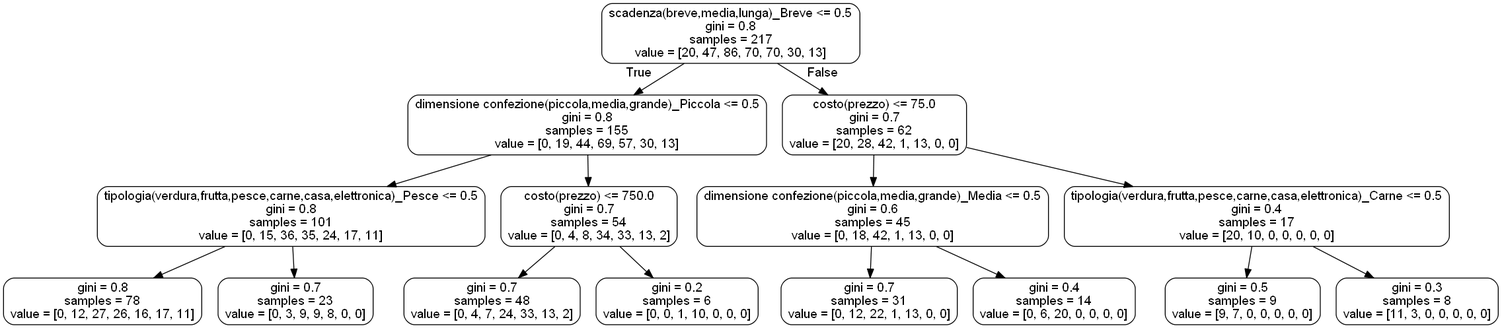
Before: modulo/small_tree.png, a diagram exported from Graphviz (Ciro-Fusco/NewDM). Its source is kept beside it as modulo/small_tree.dot.
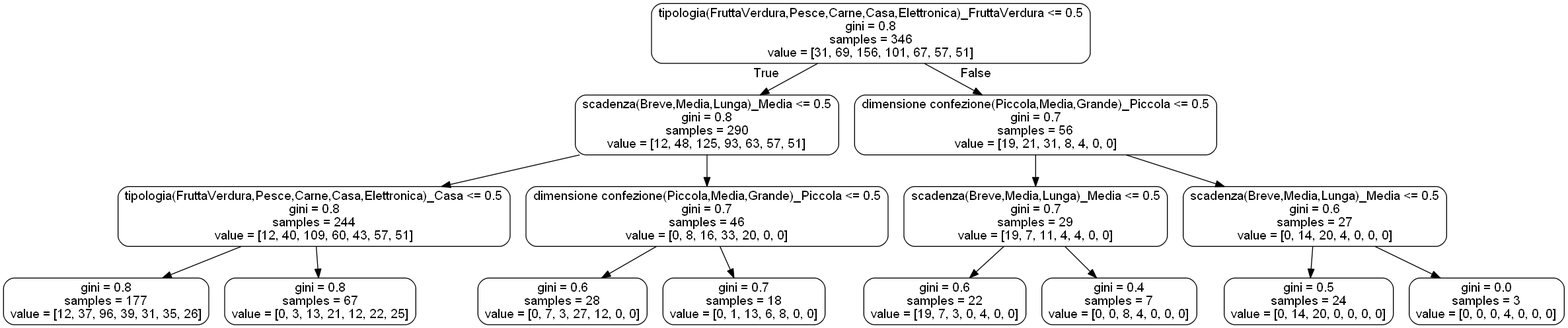
After the commit.

Commit message:
Update dataset con tipologia FruttaVerdura e Casa, Aggiornamento intestazione dataset e relativi metodi, scrittura primo codice del porter

Change to the diagram source:
```diff
@@ -1,33 +1,33 @@
 digraph Tree {
 node [shape=box, style="rounded", color="black", fontname=helvetica] ;
 edge [fontname=helvetica] ;
-0 [label="scadenza(breve,media,lunga)_Breve <= 0.5\ngini = 0.8\nsamples = 217\nvalue = [20, 47, 86, 70, 70, 30, 13]"] ;
-1 [label="dimensione confezione(piccola,media,grande)_Piccola <= 0.5\ngini = 0.8\nsamples = 155\nvalue = [0, 19, 44, 69, 57, 30, 13]"] ;
+0 [label="tipologia(FruttaVerdura,Pesce,Carne,Casa,Elettronica)_FruttaVerdura <= 0.5\ngini = 0.8\nsamples = 346\nvalue = [31, 69, 156, 101, 67, 57, 51]"] ;
+1 [label="scadenza(Breve,Media,Lunga)_Media <= 0.5\ngini = 0.8\nsamples = 290\nvalue = [12, 48, 125, 93, 63, 57, 51]"] ;
 0 -> 1 [labeldistance=2.5, labelangle=45, headlabel="True"] ;
-2 [label="tipologia(verdura,frutta,pesce,carne,casa,elettronica)_Pesce <= 0.5\ngini = 0.8\nsamples = 101\nvalue = [0, 15, 36, 35, 24, 17, 11]"] ;
+2 [label="tipologia(FruttaVerdura,Pesce,Carne,Casa,Elettronica)_Casa <= 0.5\ngini = 0.8\nsamples = 244\nvalue = [12, 40, 109, 60, 43, 57, 51]"] ;
 1 -> 2 ;
-3 [label="gini = 0.8\nsamples = 78\nvalue = [0, 12, 27, 26, 16, 17, 11]"] ;
+3 [label="gini = 0.8\nsamples = 177\nvalue = [12, 37, 96, 39, 31, 35, 26]"] ;
 2 -> 3 ;
-4 [label="gini = 0.7\nsamples = 23\nvalue = [0, 3, 9, 9, 8, 0, 0]"] ;
+4 [label="gini = 0.8\nsamples = 67\nvalue = [0, 3, 13, 21, 12, 22, 25]"] ;
 2 -> 4 ;
-5 [label="costo(prezzo) <= 750.0\ngini = 0.7\nsamples = 54\nvalue = [0, 4, 8, 34, 33, 13, 2]"] ;
+5 [label="dimensione confezione(Piccola,Media,Grande)_Piccola <= 0.5\ngini = 0.7\nsamples = 46\nvalue = [0, 8, 16, 33, 20, 0, 0]"] ;
 1 -> 5 ;
-6 [label="gini = 0.7\nsamples = 48\nvalue = [0, 4, 7, 24, 33, 13, 2]"] ;
+6 [label="gini = 0.6\nsamples = 28\nvalue = [0, 7, 3, 27, 12, 0, 0]"] ;
 5 -> 6 ;
-7 [label="gini = 0.2\nsamples = 6\nvalue = [0, 0, 1, 10, 0, 0, 0]"] ;
+7 [label="gini = 0.7\nsamples = 18\nvalue = [0, 1, 13, 6, 8, 0, 0]"] ;
 5 -> 7 ;
-8 [label="costo(prezzo) <= 75.0\ngini = 0.7\nsamples = 62\nvalue = [20, 28, 42, 1, 13, 0, 0]"] ;
+8 [label="dimensione confezione(Piccola,Media,Grande)_Piccola <= 0.5\ngini = 0.7\nsamples = 56\nvalue = [19, 21, 31, 8, 4, 0, 0]"] ;
 0 -> 8 [labeldistance=2.5, labelangle=-45, headlabel="False"] ;
-9 [label="dimensione confezione(piccola,media,grande)_Media <= 0.5\ngini = 0.6\nsamples = 45\nvalue = [0, 18, 42, 1, 13, 0, 0]"] ;
+9 [label="scadenza(Breve,Media,Lunga)_Media <= 0.5\ngini = 0.7\nsamples = 29\nvalue = [19, 7, 11, 4, 4, 0, 0]"] ;
 8 -> 9 ;
-10 [label="gini = 0.7\nsamples = 31\nvalue = [0, 12, 22, 1, 13, 0, 0]"] ;
+10 [label="gini = 0.6\nsamples = 22\nvalue = [19, 7, 3, 0, 4, 0, 0]"] ;
 9 -> 10 ;
-11 [label="gini = 0.4\nsamples = 14\nvalue = [0, 6, 20, 0, 0, 0, 0]"] ;
+11 [label="gini = 0.4\nsamples = 7\nvalue = [0, 0, 8, 4, 0, 0, 0]"] ;
 9 -> 11 ;
-12 [label="tipologia(verdura,frutta,pesce,carne,casa,elettronica)_Carne <= 0.5\ngini = 0.4\nsamples = 17\nvalue = [20, 10, 0, 0, 0, 0, 0]"] ;
+12 [label="scadenza(Breve,Media,Lunga)_Media <= 0.5\ngini = 0.6\nsamples = 27\nvalue = [0, 14, 20, 4, 0, 0, 0]"] ;
 8 -> 12 ;
-13 [label="gini = 0.5\nsamples = 9\nvalue = [9, 7, 0, 0, 0, 0, 0]"] ;
+13 [label="gini = 0.5\nsamples = 24\nvalue = [0, 14, 20, 0, 0, 0, 0]"] ;
 12 -> 13 ;
-14 [label="gini = 0.3\nsamples = 8\nvalue = [11, 3, 0, 0, 0, 0, 0]"] ;
+14 [label="gini = 0.0\nsamples = 3\nvalue = [0, 0, 0, 4, 0, 0, 0]"] ;
 12 -> 14 ;
 }
```
